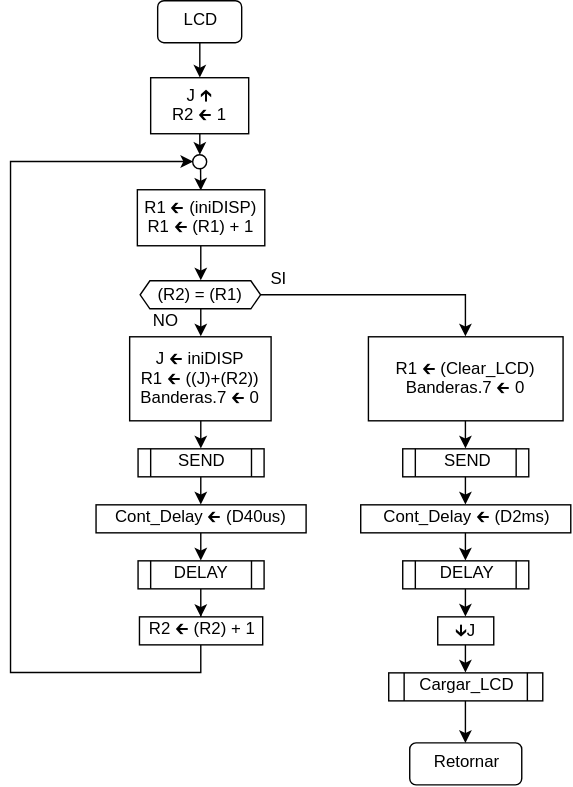
Above: PROYECTO/diagrams_svg/LCD.svg in slealq/micros (draw.io), before the change. Source tidied: cells renumbered, new cells last; positions are measured from the earlier drawing's top-left corner, leaving out a move shared by most shapes.
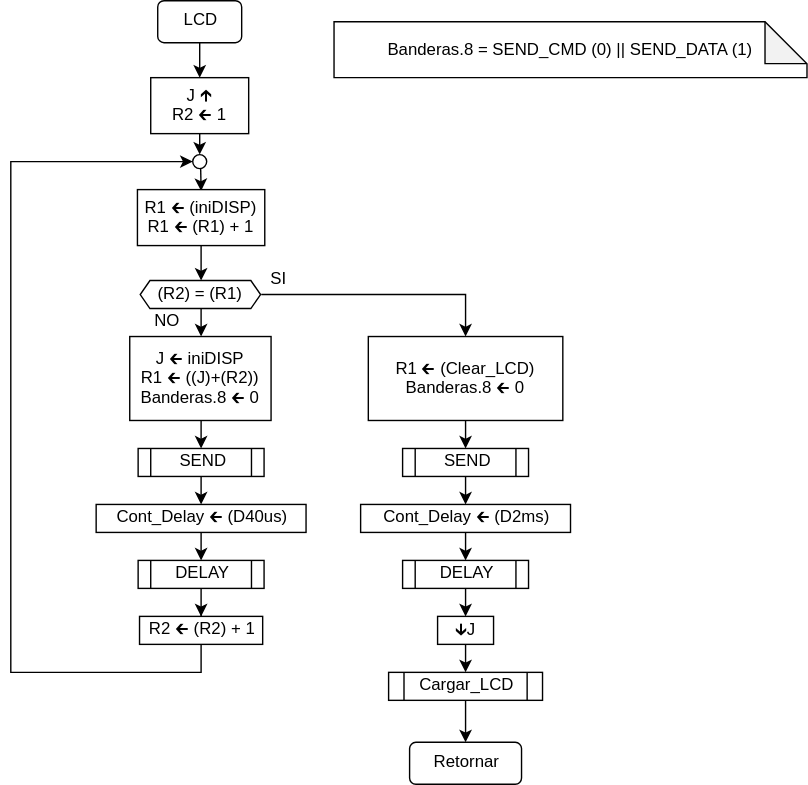
The same file after the commit.

What changed in the source:
```diff
@@ -41,7 +41,7 @@
     <mxCell id="13" style="edgeStyle=orthogonalEdgeStyle;rounded=0;jettySize=auto;html=1;exitX=0.5;exitY=1;exitDx=0;exitDy=0;entryX=0.5;entryY=0;entryDx=0;entryDy=0;" parent="1" edge="1" source="14" target="16">
       <mxGeometry relative="1" as="geometry" />
     </mxCell>
-    <mxCell id="14" value="J 🡰 iniDISP&#10;R1 🡰 ((J)+(R2))&#10;Banderas.7 🡰 0" style="rounded=0;" parent="1" vertex="1">
+    <mxCell id="14" value="J 🡰 iniDISP&#10;R1 🡰 ((J)+(R2))&#10;Banderas.8 🡰 0" style="rounded=0;" parent="1" vertex="1">
       <mxGeometry x="85" y="240" width="101" height="60" as="geometry" />
     </mxCell>
     <mxCell id="15" style="edgeStyle=orthogonalEdgeStyle;rounded=0;jettySize=auto;html=1;exitX=0.5;exitY=1;exitDx=0;exitDy=0;entryX=0.5;entryY=0;entryDx=0;entryDy=0;" parent="1" edge="1" source="16" target="18">
@@ -77,7 +77,7 @@
     <mxCell id="23" style="edgeStyle=orthogonalEdgeStyle;rounded=0;jettySize=auto;html=1;exitX=0.5;exitY=1;exitDx=0;exitDy=0;entryX=0.5;entryY=0;entryDx=0;entryDy=0;" parent="1" edge="1" source="24" target="27">
       <mxGeometry relative="1" as="geometry" />
     </mxCell>
-    <mxCell id="24" value="R1 🡰 (Clear_LCD)&#10;Banderas.7 🡰 0" style="rounded=0;" parent="1" vertex="1">
+    <mxCell id="24" value="R1 🡰 (Clear_LCD)&#10;Banderas.8 🡰 0" style="rounded=0;" parent="1" vertex="1">
       <mxGeometry x="255.5" y="240" width="139" height="60" as="geometry" />
     </mxCell>
     <mxCell id="25" value="NO" style="text;strokeColor=none;fillColor=none;align=center;verticalAlign=middle;whiteSpace=wrap;rounded=0;html=1;" parent="1" vertex="1">
@@ -119,5 +119,8 @@
     <mxCell id="37" value="SI" style="text;strokeColor=none;fillColor=none;align=center;verticalAlign=middle;whiteSpace=wrap;rounded=0;html=1;" parent="1" vertex="1">
       <mxGeometry x="171" y="190" width="40" height="20" as="geometry" />
     </mxCell>
+    <mxCell id="38" value="Banderas.8 = SEND_CMD (0) || SEND_DATA (1)" style="shape=note;backgroundOutline=1;darkOpacity=0.05;" parent="1" vertex="1">
+      <mxGeometry x="231" y="15" width="338" height="40" as="geometry" />
+    </mxCell>
   </root>
 </mxGraphModel>
```
